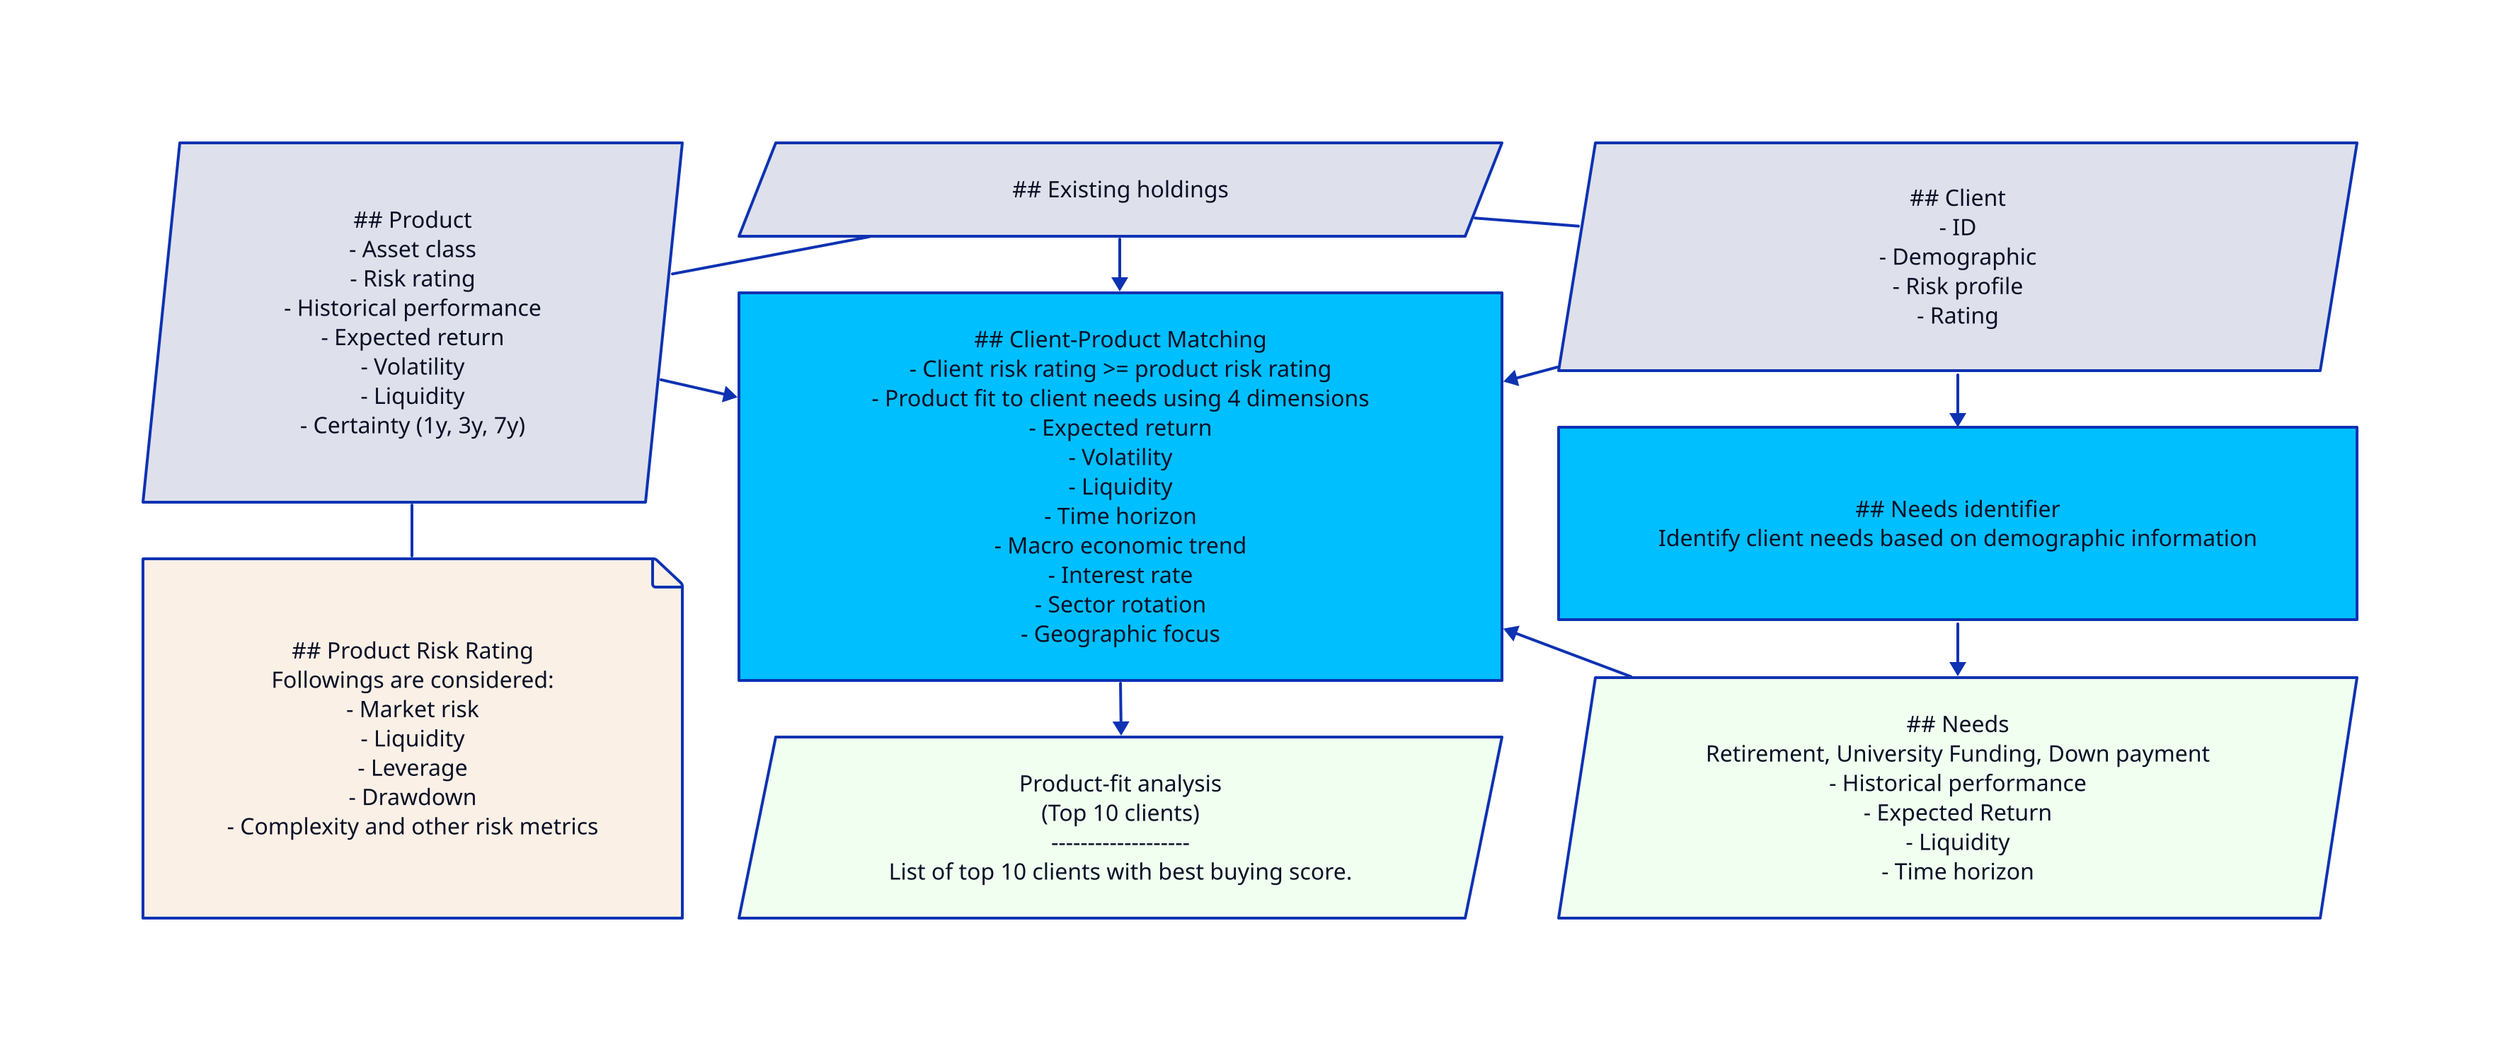
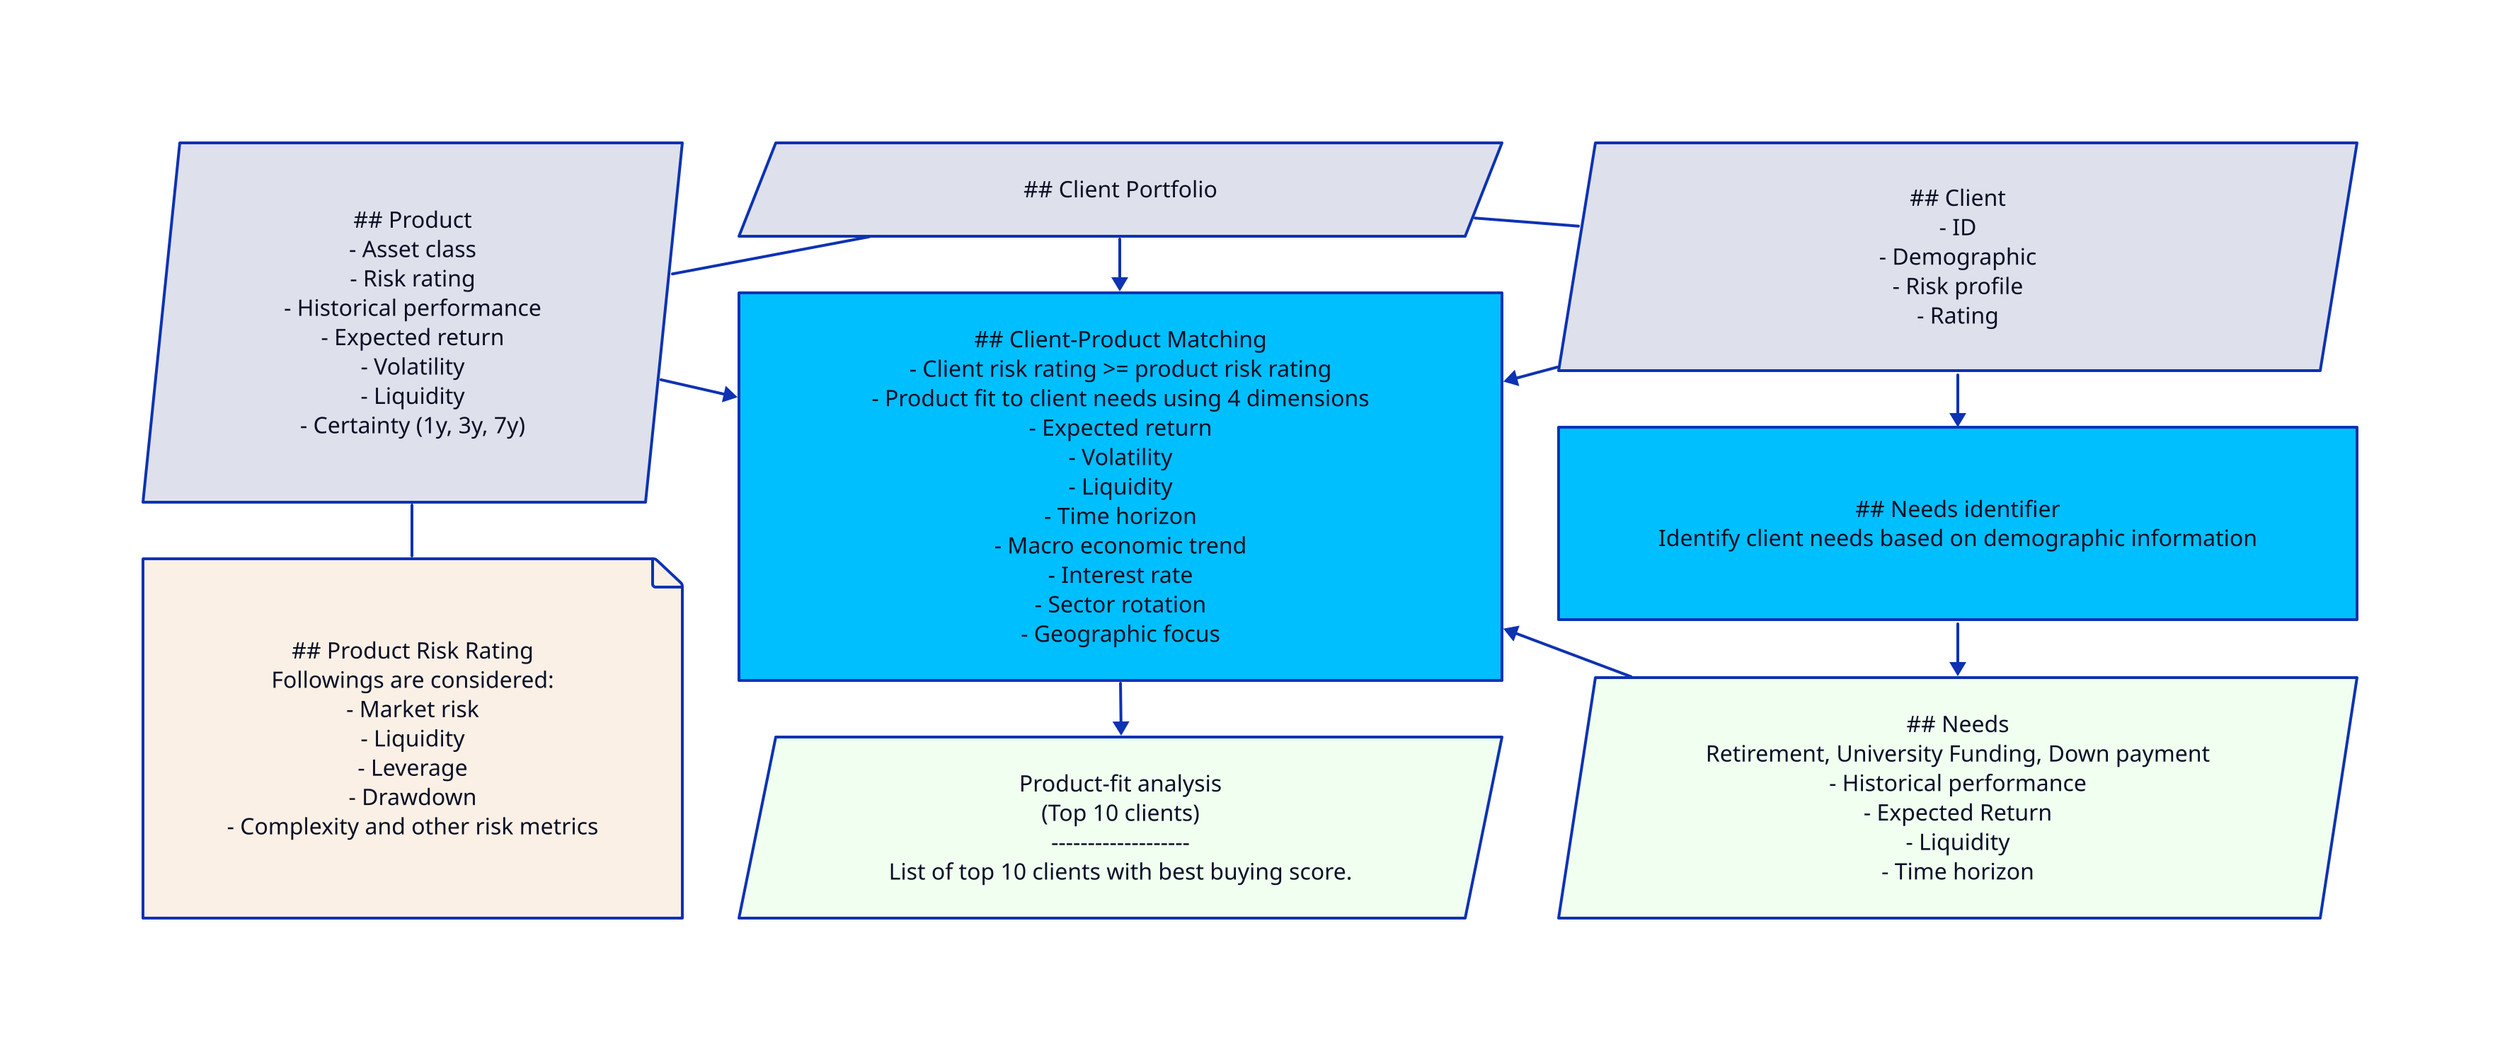
grid-columns: 3

Product: |md
    ## Product
    - Asset class
    - Risk rating
    - Historical performance
    - Expected return
    - Volatility
    - Liquidity
    - Certainty (1y, 3y, 7y)
|
product.shape: parallelogram

prr: |md
    ## Product Risk Rating
    Followings are considered:
    - Market risk
    - Liquidity
    - Leverage
    - Drawdown
    - Complexity and other risk metrics
|
prr.shape: page
prr.style.fill: linen

product -- prr

holding: |md
-     ## Existing holdings
+     ## Client Portfolio
|
holding.shape: parallelogram

cpm: |md
    ## Client-Product Matching
    - Client risk rating >= product risk rating
    - Product fit to client needs using 4 dimensions
        - Expected return
        - Volatility
        - Liquidity
        - Time horizon
    - Macro economic trend
        - Interest rate
        - Sector rotation
        - Geographic focus
|
cpm.shape: rectangle
cpm.style.fill: deepskyblue

pfa: |md
    Product-fit analysis
     (Top 10 clients)
    -------------------
    List of top 10 clients with best buying score.
|
pfa.shape: parallelogram
pfa.style.fill: honeydew

holding -> cpm

Client: |md
    ## Client
    - ID
    - Demographic
    - Risk profile
        - Rating
|
client.shape: parallelogram

product -- holding -- client

need_id: |md
    ## Needs identifier
    Identify client needs based on demographic information
|
need_id.shape: rectangle
need_id.style.fill: deepskyblue
# darkseagreen

Needs: |md
    ## Needs
    Retirement, University Funding, Down payment
    - Historical performance
    - Expected Return
    - Liquidity
    - Time horizon
|
needs.shape: parallelogram
needs.style.fill: honeydew

client -> cpm
product -> cpm
Client -> need_id -> Needs -> cpm
cpm -> pfa
